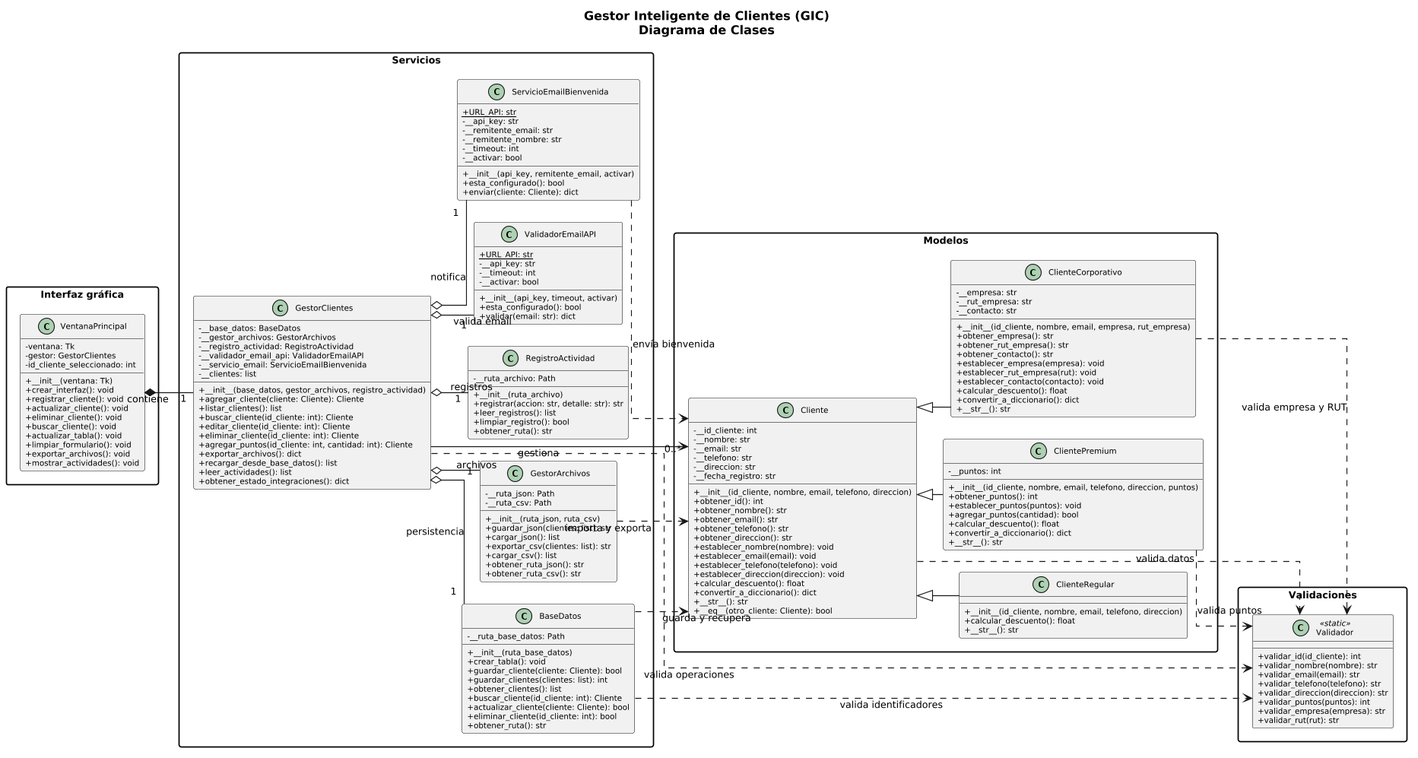
eugeniaperinetti-spec/gestor-inteligente-clientes keeps this PlantUML diagram as documentación/diagrama_clases.png. Above is the earlier version.
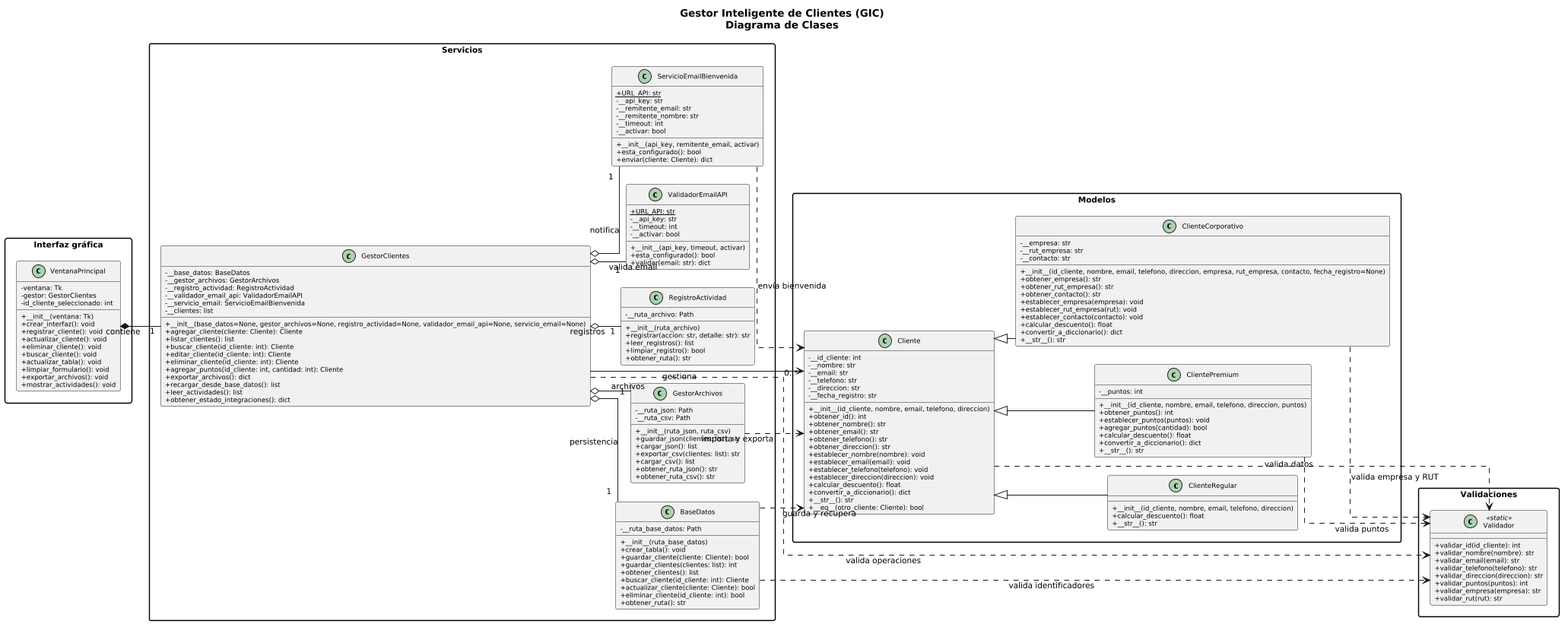
Later version of the same file.

Commit message:
Ajusta UML a la implementación final

Change to the diagram source:
```diff
@@ -46,7 +46,7 @@
         - __servicio_email: ServicioEmailBienvenida
         - __clientes: list
 
-        + __init__(base_datos, gestor_archivos, registro_actividad)
+        + __init__(base_datos=None, gestor_archivos=None, registro_actividad=None, validador_email_api=None, servicio_email=None)
         + agregar_cliente(cliente: Cliente): Cliente
         + listar_clientes(): list
         + buscar_cliente(id_cliente: int): Cliente
@@ -170,7 +170,7 @@
         - __rut_empresa: str
         - __contacto: str
 
-        + __init__(id_cliente, nombre, email, empresa, rut_empresa)
+        + __init__(id_cliente, nombre, email, telefono, direccion, empresa, rut_empresa, contacto, fecha_registro=None)
         + obtener_empresa(): str
         + obtener_rut_empresa(): str
         + obtener_contacto(): str
```
